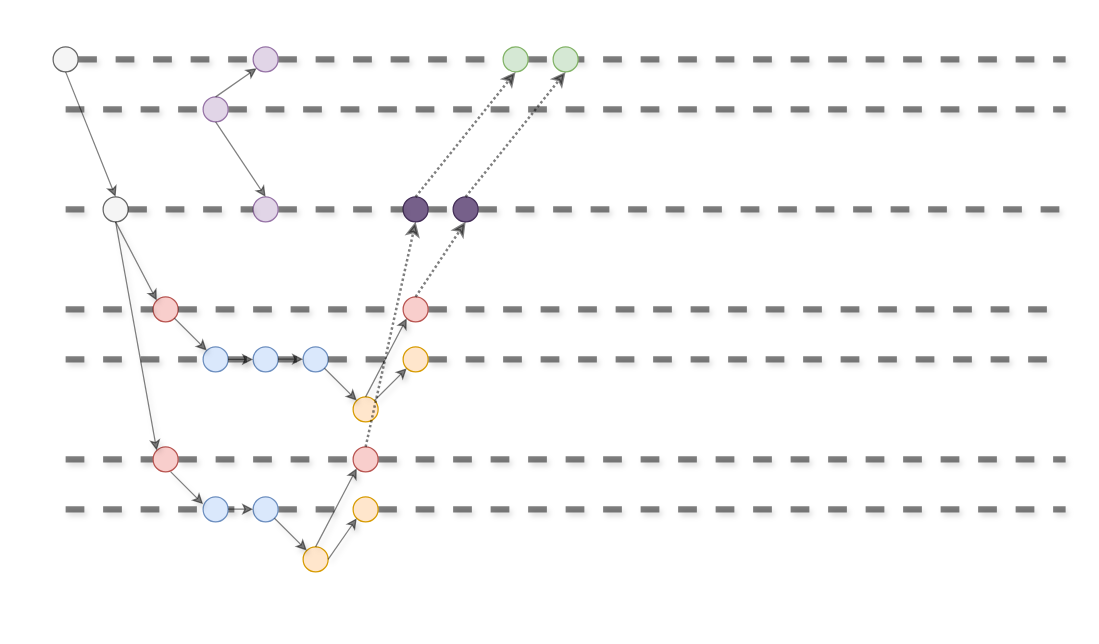
Above: page "Page-2" (2 of 3) of Untitled Diagram.drawio in anoyo-lin/domain-cdn-learning (draw.io), before the change. Source tidied: cells renumbered, new cells numbered last; positions are measured from the earlier drawing's top-left corner, leaving out a move shared by most shapes. Both pictures are drawn from the tidied source at 125%, with x=0, y=0 at pixel (52, 46).
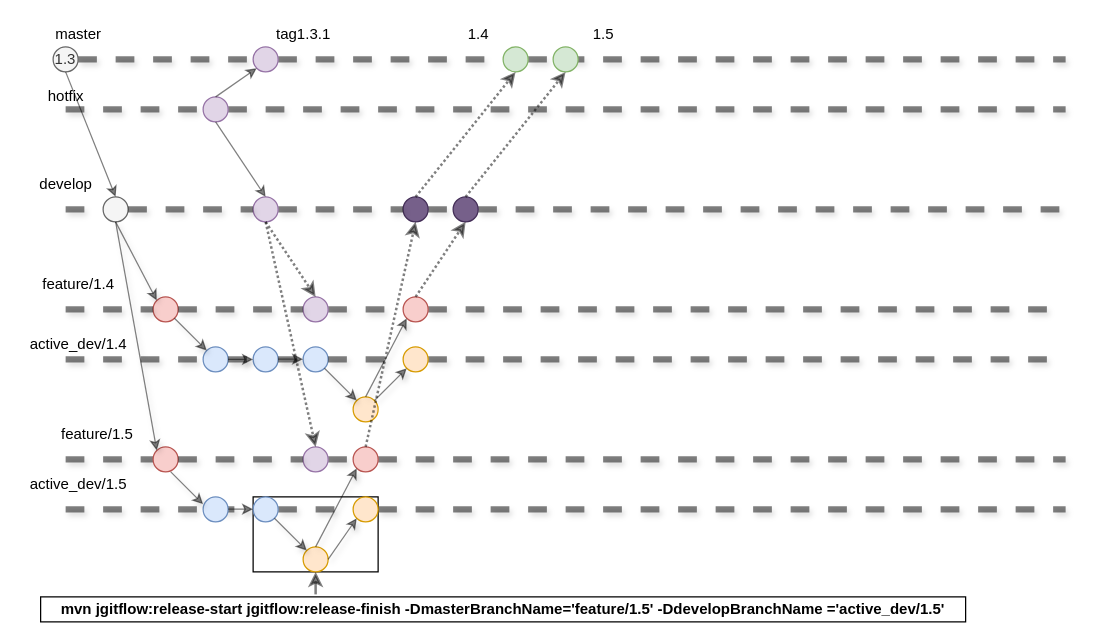
After the change.

Unchanged cells that the change refers to:
```xml
<mxCell id="16" style="ellipse;whiteSpace=wrap;html=1;fillColor=#f8cecc;strokeColor=#b85450;" parent="1" vertex="1">
  <mxGeometry x="80" y="200" width="20" height="20" as="geometry" />
</mxCell>
<mxCell id="18" style="ellipse;whiteSpace=wrap;html=1;fillColor=#f8cecc;strokeColor=#b85450;" parent="1" vertex="1">
  <mxGeometry x="80" y="320" width="20" height="20" as="geometry" />
</mxCell>
<mxCell id="30" style="ellipse;whiteSpace=wrap;html=1;fillColor=#f8cecc;strokeColor=#b85450;" parent="1" vertex="1">
  <mxGeometry x="240" y="320" width="20" height="20" as="geometry" />
</mxCell>
<mxCell id="34" style="ellipse;whiteSpace=wrap;html=1;fillColor=#f8cecc;strokeColor=#b85450;" parent="1" vertex="1">
  <mxGeometry x="280" y="200" width="20" height="20" as="geometry" />
</mxCell>
<mxCell id="59" style="ellipse;whiteSpace=wrap;html=1;fillColor=#e1d5e7;strokeColor=#9673a6;" parent="1" vertex="1">
  <mxGeometry x="160" y="120" width="20" height="20" as="geometry" />
</mxCell>
```

What changed in the source:
```diff
@@
+    <mxCell id="70" style="rounded=0;whiteSpace=wrap;html=1;gradientColor=none;" parent="1" vertex="1">
+      <mxGeometry x="160" y="360" width="100" height="60" as="geometry" />
+    </mxCell>
@@
-    <mxCell id="4" style="endArrow=none;dashed=1;html=1;shadow=1;strokeWidth=5;opacity=50;" parent="1" edge="1" source="18" target="30">
+    <mxCell id="4" style="endArrow=none;dashed=1;html=1;shadow=1;strokeWidth=5;opacity=50;" parent="1" edge="1" source="81" target="30">
       <mxGeometry relative="1" as="geometry" />
     </mxCell>
@@
-    <mxCell id="35" style="endArrow=none;dashed=1;html=1;shadow=1;strokeWidth=5;opacity=50;" parent="1" edge="1" source="16" target="34">
+    <mxCell id="35" style="endArrow=none;dashed=1;html=1;shadow=1;strokeWidth=5;opacity=50;" parent="1" edge="1" source="79" target="34">
       <mxGeometry relative="1" as="geometry" />
     </mxCell>
@@
-    <mxCell id="63" style="ellipse;whiteSpace=wrap;html=1;fillColor=#f5f5f5;strokeColor=#666666;fontColor=#333333;" parent="1" vertex="1">
+    <mxCell id="63" value="1.3" style="ellipse;whiteSpace=wrap;html=1;fillColor=#f5f5f5;strokeColor=#666666;fontColor=#333333;gradientColor=none;" parent="1" vertex="1">
       <mxGeometry width="20" height="20" as="geometry" />
     </mxCell>
@@
+    <mxCell id="71" value="feature/1.5" style="text;html=1;align=center;verticalAlign=middle;" parent="1" vertex="1">
+      <mxGeometry y="300" width="70" height="20" as="geometry" />
+    </mxCell>
+    <mxCell id="72" value="active_dev/1.5" style="text;html=1;align=center;verticalAlign=middle;" parent="1" vertex="1">
+      <mxGeometry x="-25" y="340" width="90" height="20" as="geometry" />
+    </mxCell>
+    <mxCell id="73" value="active_dev/1.4" style="text;html=1;align=center;verticalAlign=middle;" parent="1" vertex="1">
+      <mxGeometry x="-25" y="228" width="90" height="20" as="geometry" />
+    </mxCell>
+    <mxCell id="74" value="feature/1.4" style="text;html=1;align=center;verticalAlign=middle;" parent="1" vertex="1">
+      <mxGeometry x="-15" y="180" width="70" height="20" as="geometry" />
+    </mxCell>
+    <mxCell id="75" value="develop" style="text;html=1;align=center;verticalAlign=middle;" parent="1" vertex="1">
+      <mxGeometry x="-20" y="100" width="60" height="20" as="geometry" />
+    </mxCell>
+    <mxCell id="76" value="hotfix" style="text;html=1;align=center;verticalAlign=middle;" parent="1" vertex="1">
+      <mxGeometry x="-10" y="30" width="40" height="20" as="geometry" />
+    </mxCell>
+    <mxCell id="77" value="master" style="text;html=1;align=center;verticalAlign=middle;" parent="1" vertex="1">
+      <mxGeometry x="-5" y="-20" width="50" height="20" as="geometry" />
+    </mxCell>
+    <mxCell id="78" value="tag1.3.1" style="text;html=1;align=center;verticalAlign=middle;" parent="1" vertex="1">
+      <mxGeometry x="170" y="-20" width="60" height="20" as="geometry" />
+    </mxCell>
+    <mxCell id="79" style="ellipse;whiteSpace=wrap;html=1;fillColor=#e1d5e7;strokeColor=#9673a6;" parent="1" vertex="1">
+      <mxGeometry x="200" y="200" width="20" height="20" as="geometry" />
+    </mxCell>
+    <mxCell id="80" style="endArrow=none;dashed=1;html=1;shadow=1;strokeWidth=5;opacity=50;" parent="1" edge="1" source="16" target="79">
+      <mxGeometry relative="1" as="geometry" />
+    </mxCell>
+    <mxCell id="81" style="ellipse;whiteSpace=wrap;html=1;fillColor=#e1d5e7;strokeColor=#9673a6;" parent="1" vertex="1">
+      <mxGeometry x="200" y="320" width="20" height="20" as="geometry" />
+    </mxCell>
+    <mxCell id="82" style="endArrow=none;dashed=1;html=1;shadow=1;strokeWidth=5;opacity=50;" parent="1" edge="1" source="18" target="81">
+      <mxGeometry relative="1" as="geometry" />
+    </mxCell>
+    <mxCell id="83" style="endArrow=classic;html=1;shadow=0;dashed=1;dashPattern=1 1;strokeColor=#000000;strokeWidth=2;opacity=50;exitX=0.5;exitY=1;exitDx=0;exitDy=0;entryX=0.5;entryY=0;entryDx=0;entryDy=0;" parent="1" edge="1" source="59" target="79">
+      <mxGeometry relative="1" as="geometry" />
+    </mxCell>
+    <mxCell id="84" style="endArrow=classic;html=1;shadow=0;dashed=1;dashPattern=1 1;strokeColor=#000000;strokeWidth=2;opacity=50;exitX=0.5;exitY=1;exitDx=0;exitDy=0;entryX=0.5;entryY=0;entryDx=0;entryDy=0;" parent="1" edge="1" source="59" target="81">
+      <mxGeometry relative="1" as="geometry" />
+    </mxCell>
+    <mxCell id="85" value="1.4" style="text;html=1;align=center;verticalAlign=middle;" parent="1" vertex="1">
+      <mxGeometry x="325" y="-20" width="30" height="20" as="geometry" />
+    </mxCell>
+    <mxCell id="86" value="1.5" style="text;html=1;align=center;verticalAlign=middle;" parent="1" vertex="1">
+      <mxGeometry x="425" y="-20" width="30" height="20" as="geometry" />
+    </mxCell>
+    <mxCell id="87" value="mvn jgitflow:release-start jgitflow:release-finish -DmasterBranchName='feature/1.5' -DdevelopBranchName ='active_dev/1.5'" style="text;html=1;strokeColor=#000000;fillColor=none;align=center;verticalAlign=middle;whiteSpace=wrap;rounded=0;fontStyle=1;" parent="1" vertex="1">
+      <mxGeometry x="-10" y="440" width="740" height="20" as="geometry" />
+    </mxCell>
+    <mxCell id="88" style="endArrow=classic;html=1;shadow=0;strokeColor=#000000;strokeWidth=2;opacity=50;entryX=0.5;entryY=1;entryDx=0;entryDy=0;" parent="1" edge="1" target="70">
+      <mxGeometry relative="1" as="geometry">
+        <mxPoint x="210" y="438" as="sourcePoint" />
+      </mxGeometry>
+    </mxCell>
```
